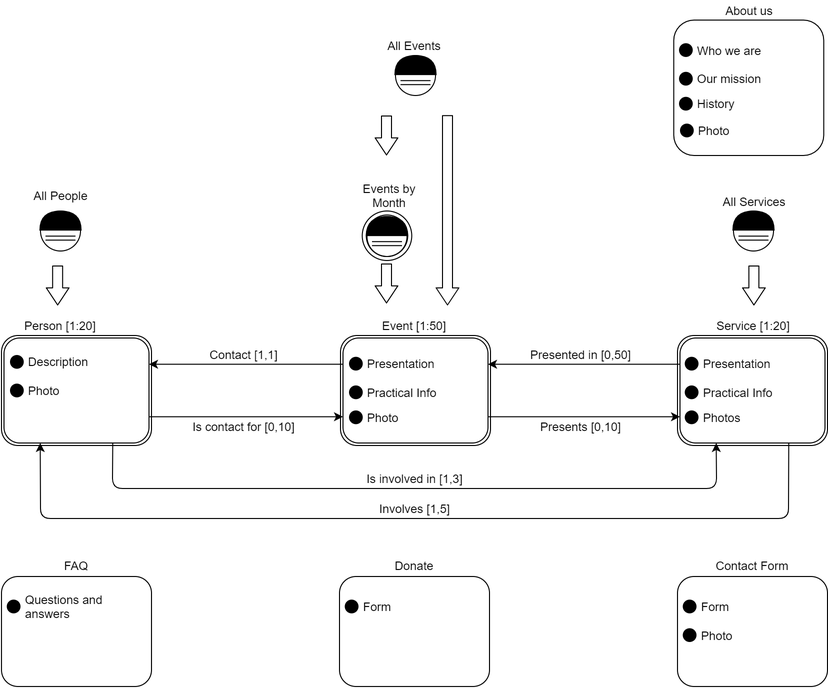
Earlier version of the draw.io export Design-Document/assets/L-IDM.png (alepas/hypermidia-project). Source tidied: cells renumbered, new cells last; positions are measured from the earlier drawing's top-left corner, leaving out a move shared by most shapes.
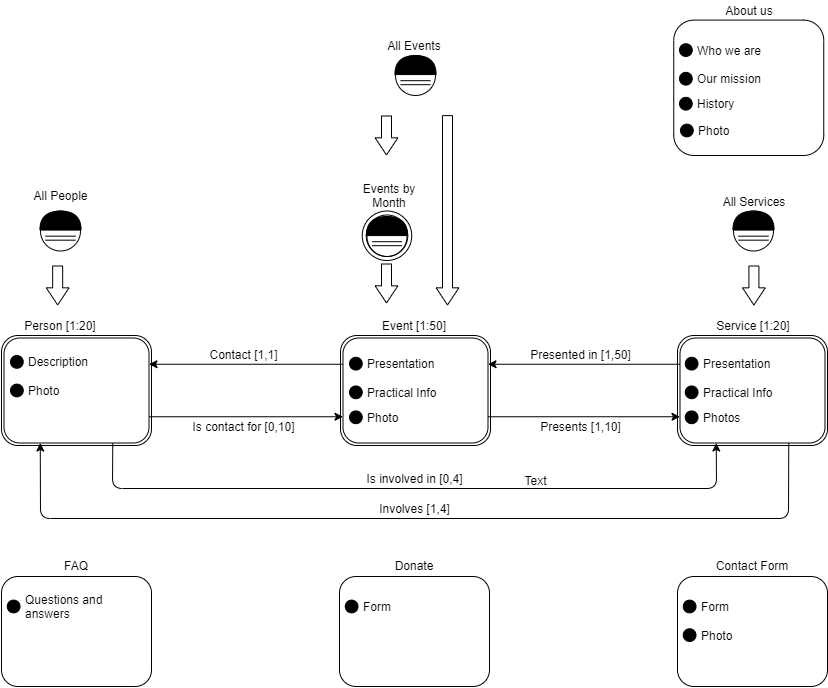
Later version of the same file.

What changed in the source:
```diff
@@ -74,13 +74,13 @@
     <mxCell id="23" style="endArrow=classic;html=1;exitX=1;exitY=0.75;exitDx=0;exitDy=0;entryX=0;entryY=0.75;entryDx=0;entryDy=0;" parent="1" edge="1" source="10" target="22">
       <mxGeometry relative="1" as="geometry" />
     </mxCell>
-    <mxCell id="24" value="Presents [0,10]" style="text;html=1;align=center;verticalAlign=middle;" parent="1" vertex="1">
+    <mxCell id="24" value="Presents [1,10]" style="text;html=1;align=center;verticalAlign=middle;" parent="1" vertex="1">
       <mxGeometry x="530" y="416.4" width="100" height="20" as="geometry" />
     </mxCell>
     <mxCell id="25" style="endArrow=classic;html=1;exitX=0;exitY=0.25;exitDx=0;exitDy=0;entryX=1;entryY=0.25;entryDx=0;entryDy=0;" parent="1" edge="1" source="22" target="10">
       <mxGeometry relative="1" as="geometry" />
     </mxCell>
-    <mxCell id="26" value="Presented in [0,50]" style="text;html=1;align=center;verticalAlign=middle;" parent="1" vertex="1">
+    <mxCell id="26" value="Presented in [1,50]" style="text;html=1;align=center;verticalAlign=middle;" parent="1" vertex="1">
       <mxGeometry x="520" y="343.5" width="120" height="20" as="geometry" />
     </mxCell>
     <mxCell id="27" style="shape=flexArrow;endArrow=classic;html=1;endWidth=11.764705882352942;endSize=5.3882352941176475;" parent="1" edge="1">
@@ -103,7 +103,7 @@
         </Array>
       </mxGeometry>
     </mxCell>
-    <mxCell id="30" value="Is involved in [1,3]" style="text;html=1;align=center;verticalAlign=middle;" parent="1" vertex="1">
+    <mxCell id="30" value="Is involved in [0,4]" style="text;html=1;align=center;verticalAlign=middle;" parent="1" vertex="1">
       <mxGeometry x="359" y="467.5" width="110" height="20" as="geometry" />
     </mxCell>
     <mxCell id="31" style="endArrow=classic;html=1;exitX=0.75;exitY=1;exitDx=0;exitDy=0;entryX=0.25;entryY=1;entryDx=0;entryDy=0;" parent="1" edge="1" source="22" target="16">
@@ -114,7 +114,7 @@
         </Array>
       </mxGeometry>
     </mxCell>
-    <mxCell id="32" value="Involves [1,5]" style="text;html=1;align=center;verticalAlign=middle;" parent="1" vertex="1">
+    <mxCell id="32" value="Involves [1,4]" style="text;html=1;align=center;verticalAlign=middle;" parent="1" vertex="1">
       <mxGeometry x="369" y="497.5" width="90" height="20" as="geometry" />
     </mxCell>
     <mxCell id="33" style="ellipse;whiteSpace=wrap;html=1;" parent="1" vertex="1">
@@ -294,5 +294,8 @@
         <mxPoint x="35.6" y="27.2" as="targetPoint" />
       </mxGeometry>
     </mxCell>
+    <mxCell id="87" value="Text" style="text;html=1;align=center;verticalAlign=middle;" parent="1" vertex="1">
+      <mxGeometry x="515" y="470" width="40" height="20" as="geometry" />
+    </mxCell>
   </root>
 </mxGraphModel>
```
